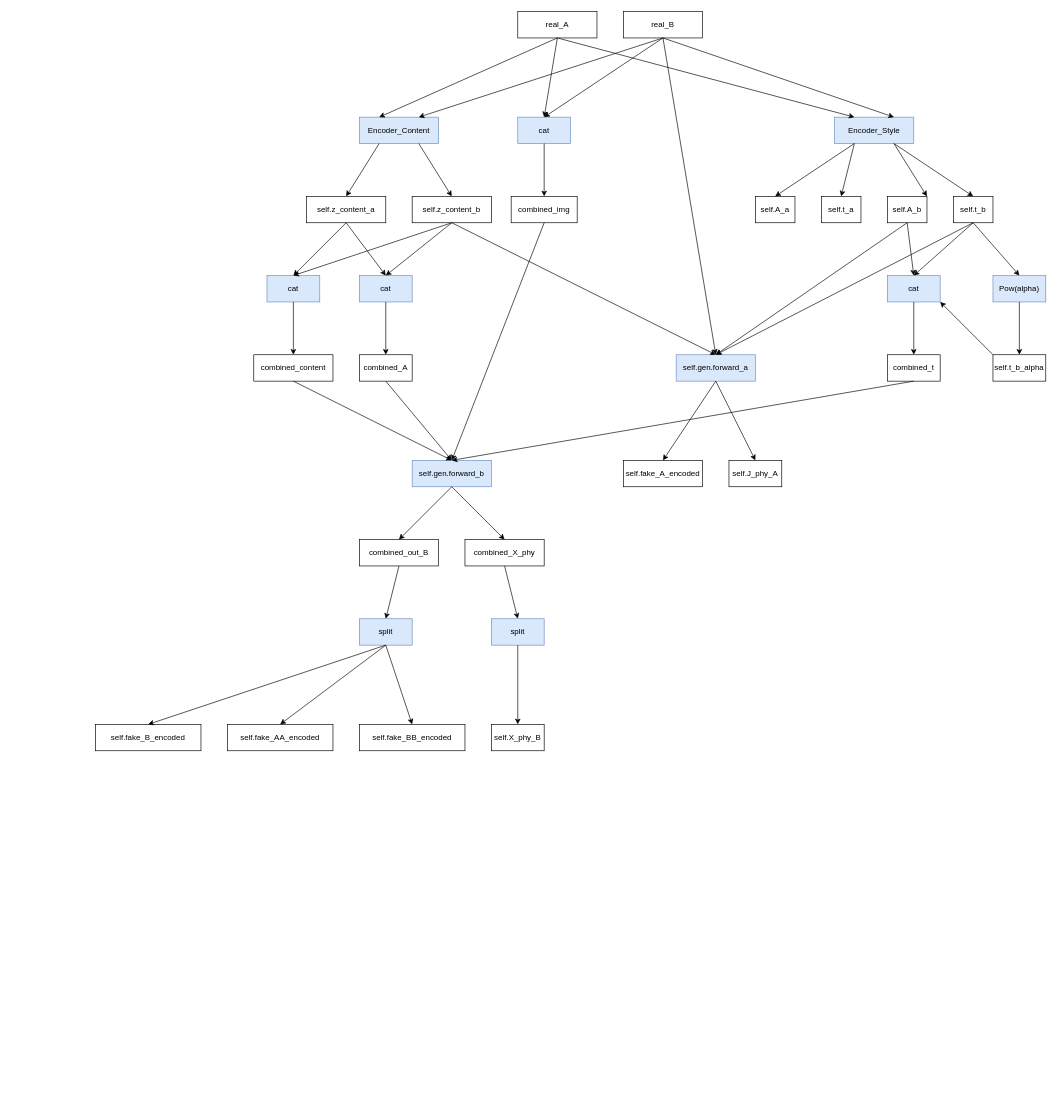
Before: DRIT.drawio in DestineG/drawio, a draw.io diagram. Source tidied: cells renumbered, new cells numbered last; positions are measured from the earlier drawing's top-left corner, leaving out a move shared by most shapes. Both pictures are drawn from the tidied source at 66%, with x=0, y=0 at pixel (95, 11).
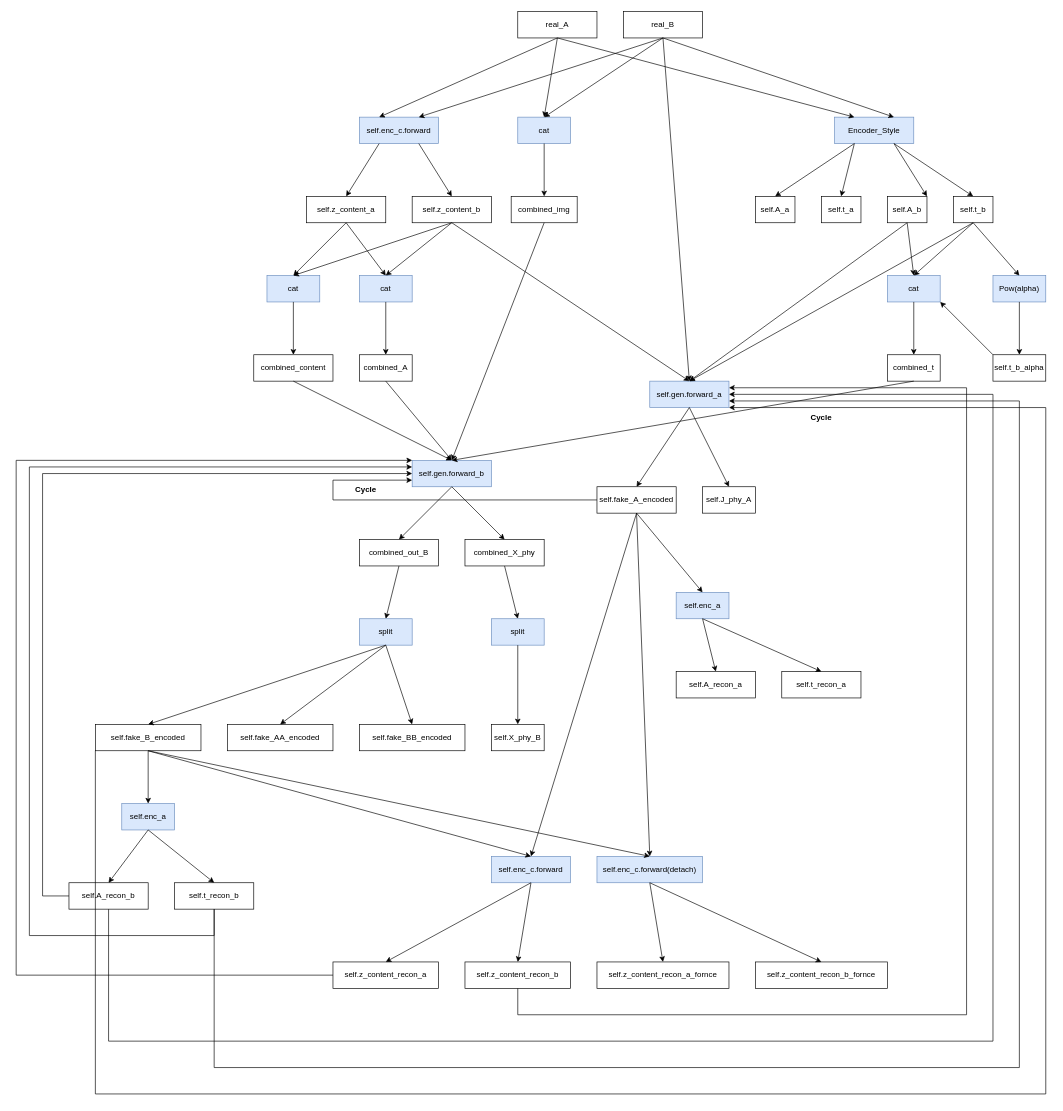
Above is the later version.

Unchanged cells that the change refers to:
```xml
<mxCell id="47" value="self.gen.forward_b" style="rounded=0;whiteSpace=wrap;html=1;fillColor=#dae8fc;strokeColor=#6c8ebf;" parent="1" vertex="1">
  <mxGeometry x="480" y="680" width="120" height="40" as="geometry" />
</mxCell>
<mxCell id="60" value="self.fake_B_encoded" style="rounded=0;whiteSpace=wrap;html=1;" parent="1" vertex="1">
  <mxGeometry y="1080" width="160" height="40" as="geometry" />
</mxCell>
```

What changed in the source:
```diff
@@
-    <mxCell id="4" value="Encoder_Content" style="rounded=0;whiteSpace=wrap;html=1;fillColor=#dae8fc;strokeColor=#6c8ebf;" parent="1" vertex="1">
+    <mxCell id="4" value="self.enc_c.forward" style="rounded=0;whiteSpace=wrap;html=1;fillColor=#dae8fc;strokeColor=#6c8ebf;" parent="1" vertex="1">
       <mxGeometry x="400" y="160" width="120" height="40" as="geometry" />
     </mxCell>
@@
     <mxCell id="68" value="self.gen.forward_a" style="rounded=0;whiteSpace=wrap;html=1;fillColor=#dae8fc;strokeColor=#6c8ebf;" parent="1" vertex="1">
-      <mxGeometry x="880" y="520" width="120" height="40" as="geometry" />
+      <mxGeometry x="840" y="560" width="120" height="40" as="geometry" />
     </mxCell>
@@
     <mxCell id="73" value="self.fake_A_encoded" style="rounded=0;whiteSpace=wrap;html=1;" parent="1" vertex="1">
-      <mxGeometry x="800" y="680" width="120" height="40" as="geometry" />
+      <mxGeometry x="760" y="720" width="120" height="40" as="geometry" />
     </mxCell>
     <mxCell id="74" value="self.J_phy_A" style="rounded=0;whiteSpace=wrap;html=1;" parent="1" vertex="1">
-      <mxGeometry x="960" y="680" width="80" height="40" as="geometry" />
+      <mxGeometry x="920" y="720" width="80" height="40" as="geometry" />
     </mxCell>
@@
+    <mxCell id="77" value="self.enc_c.forward" style="rounded=0;whiteSpace=wrap;html=1;fillColor=#dae8fc;strokeColor=#6c8ebf;" parent="1" vertex="1">
+      <mxGeometry x="600" y="1280" width="120" height="40" as="geometry" />
+    </mxCell>
+    <mxCell id="78" style="endArrow=classic;html=1;rounded=0;entryX=0.5;entryY=0;entryDx=0;entryDy=0;exitX=0.5;exitY=1;exitDx=0;exitDy=0;" parent="1" edge="1" source="73" target="77">
+      <mxGeometry relative="1" as="geometry" />
+    </mxCell>
+    <mxCell id="79" style="endArrow=classic;html=1;rounded=0;exitX=0.5;exitY=1;exitDx=0;exitDy=0;entryX=0.5;entryY=0;entryDx=0;entryDy=0;" parent="1" edge="1" source="60" target="77">
+      <mxGeometry relative="1" as="geometry" />
+    </mxCell>
+    <mxCell id="80" value="self.enc_c.forward(detach)" style="rounded=0;whiteSpace=wrap;html=1;fillColor=#dae8fc;strokeColor=#6c8ebf;" parent="1" vertex="1">
+      <mxGeometry x="760" y="1280" width="160" height="40" as="geometry" />
+    </mxCell>
+    <mxCell id="81" style="endArrow=classic;html=1;rounded=0;entryX=0.5;entryY=0;entryDx=0;entryDy=0;exitX=0.5;exitY=1;exitDx=0;exitDy=0;" parent="1" edge="1" source="73" target="80">
+      <mxGeometry relative="1" as="geometry" />
+    </mxCell>
+    <mxCell id="82" style="endArrow=classic;html=1;rounded=0;exitX=0.5;exitY=1;exitDx=0;exitDy=0;entryX=0.5;entryY=0;entryDx=0;entryDy=0;" parent="1" edge="1" source="60" target="80">
+      <mxGeometry relative="1" as="geometry" />
+    </mxCell>
+    <mxCell id="83" value="self.z_content_recon_a" style="rounded=0;whiteSpace=wrap;html=1;" parent="1" vertex="1">
+      <mxGeometry x="360" y="1440" width="160" height="40" as="geometry" />
+    </mxCell>
+    <mxCell id="84" value="self.z_content_recon_b" style="rounded=0;whiteSpace=wrap;html=1;" parent="1" vertex="1">
+      <mxGeometry x="560" y="1440" width="160" height="40" as="geometry" />
+    </mxCell>
+    <mxCell id="85" value="self.z_content_recon_a_fornce" style="rounded=0;whiteSpace=wrap;html=1;" parent="1" vertex="1">
+      <mxGeometry x="760" y="1440" width="200" height="40" as="geometry" />
+    </mxCell>
+    <mxCell id="86" value="self.z_content_recon_b_fornce" style="rounded=0;whiteSpace=wrap;html=1;" parent="1" vertex="1">
+      <mxGeometry x="1000" y="1440" width="200" height="40" as="geometry" />
+    </mxCell>
+    <mxCell id="87" style="endArrow=classic;html=1;rounded=0;exitX=0.5;exitY=1;exitDx=0;exitDy=0;entryX=0.5;entryY=0;entryDx=0;entryDy=0;" parent="1" edge="1" source="77" target="83">
+      <mxGeometry relative="1" as="geometry" />
+    </mxCell>
+    <mxCell id="88" style="endArrow=classic;html=1;rounded=0;exitX=0.5;exitY=1;exitDx=0;exitDy=0;entryX=0.5;entryY=0;entryDx=0;entryDy=0;" parent="1" edge="1" source="77" target="84">
+      <mxGeometry relative="1" as="geometry" />
+    </mxCell>
+    <mxCell id="89" style="endArrow=classic;html=1;rounded=0;exitX=0.5;exitY=1;exitDx=0;exitDy=0;entryX=0.5;entryY=0;entryDx=0;entryDy=0;" parent="1" edge="1" source="80" target="85">
+      <mxGeometry relative="1" as="geometry" />
+    </mxCell>
+    <mxCell id="90" style="endArrow=classic;html=1;rounded=0;exitX=0.5;exitY=1;exitDx=0;exitDy=0;entryX=0.5;entryY=0;entryDx=0;entryDy=0;" parent="1" edge="1" source="80" target="86">
+      <mxGeometry relative="1" as="geometry" />
+    </mxCell>
+    <mxCell id="91" value="self.enc_a" style="rounded=0;whiteSpace=wrap;html=1;fillColor=#dae8fc;strokeColor=#6c8ebf;" parent="1" vertex="1">
+      <mxGeometry x="880" y="880" width="80" height="40" as="geometry" />
+    </mxCell>
+    <mxCell id="92" value="self.A_recon_a" style="rounded=0;whiteSpace=wrap;html=1;" parent="1" vertex="1">
+      <mxGeometry x="880" y="1000" width="120" height="40" as="geometry" />
+    </mxCell>
+    <mxCell id="93" value="self.t_recon_a" style="rounded=0;whiteSpace=wrap;html=1;" parent="1" vertex="1">
+      <mxGeometry x="1040" y="1000" width="120" height="40" as="geometry" />
+    </mxCell>
+    <mxCell id="94" style="endArrow=classic;html=1;rounded=0;exitX=0.5;exitY=1;exitDx=0;exitDy=0;entryX=0.5;entryY=0;entryDx=0;entryDy=0;" parent="1" edge="1" source="73" target="91">
+      <mxGeometry relative="1" as="geometry" />
+    </mxCell>
+    <mxCell id="95" style="endArrow=classic;html=1;rounded=0;exitX=0.5;exitY=1;exitDx=0;exitDy=0;entryX=0.5;entryY=0;entryDx=0;entryDy=0;" parent="1" edge="1" source="91" target="92">
+      <mxGeometry relative="1" as="geometry" />
+    </mxCell>
+    <mxCell id="96" style="endArrow=classic;html=1;rounded=0;exitX=0.5;exitY=1;exitDx=0;exitDy=0;entryX=0.5;entryY=0;entryDx=0;entryDy=0;" parent="1" edge="1" source="91" target="93">
+      <mxGeometry relative="1" as="geometry" />
+    </mxCell>
+    <mxCell id="97" value="self.enc_a" style="rounded=0;whiteSpace=wrap;html=1;fillColor=#dae8fc;strokeColor=#6c8ebf;" parent="1" vertex="1">
+      <mxGeometry x="40" y="1200" width="80" height="40" as="geometry" />
+    </mxCell>
+    <mxCell id="98" value="self.A_recon_b" style="rounded=0;whiteSpace=wrap;html=1;" parent="1" vertex="1">
+      <mxGeometry x="-40" y="1320" width="120" height="40" as="geometry" />
+    </mxCell>
+    <mxCell id="99" value="self.t_recon_b" style="rounded=0;whiteSpace=wrap;html=1;" parent="1" vertex="1">
+      <mxGeometry x="120" y="1320" width="120" height="40" as="geometry" />
+    </mxCell>
+    <mxCell id="100" style="endArrow=classic;html=1;rounded=0;exitX=0.5;exitY=1;exitDx=0;exitDy=0;entryX=0.5;entryY=0;entryDx=0;entryDy=0;" parent="1" edge="1" source="97" target="98">
+      <mxGeometry relative="1" as="geometry" />
+    </mxCell>
+    <mxCell id="101" style="endArrow=classic;html=1;rounded=0;exitX=0.5;exitY=1;exitDx=0;exitDy=0;entryX=0.5;entryY=0;entryDx=0;entryDy=0;" parent="1" edge="1" source="97" target="99">
+      <mxGeometry relative="1" as="geometry" />
+    </mxCell>
+    <mxCell id="102" style="endArrow=classic;html=1;rounded=0;exitX=0.5;exitY=1;exitDx=0;exitDy=0;entryX=0.5;entryY=0;entryDx=0;entryDy=0;" parent="1" edge="1" source="60" target="97">
+      <mxGeometry relative="1" as="geometry" />
+    </mxCell>
+    <mxCell id="103" style="endArrow=classic;html=1;rounded=0;exitX=0;exitY=0.5;exitDx=0;exitDy=0;entryX=0;entryY=0.5;entryDx=0;entryDy=0;" parent="1" edge="1" source="98" target="47">
+      <mxGeometry relative="1" as="geometry">
+        <Array as="points">
+          <mxPoint x="-80" y="1340" />
+          <mxPoint x="-80" y="700" />
+        </Array>
+      </mxGeometry>
+    </mxCell>
+    <mxCell id="104" style="endArrow=classic;html=1;rounded=0;exitX=0;exitY=0.5;exitDx=0;exitDy=0;entryX=0;entryY=0;entryDx=0;entryDy=0;" parent="1" edge="1" source="83" target="47">
+      <mxGeometry relative="1" as="geometry">
+        <Array as="points">
+          <mxPoint x="-120" y="1460" />
+          <mxPoint x="-120" y="680" />
+        </Array>
+      </mxGeometry>
+    </mxCell>
+    <mxCell id="105" style="endArrow=classic;html=1;rounded=0;exitX=0.5;exitY=1;exitDx=0;exitDy=0;entryX=0;entryY=0.25;entryDx=0;entryDy=0;" parent="1" edge="1" source="99" target="47">
+      <mxGeometry relative="1" as="geometry">
+        <Array as="points">
+          <mxPoint x="180" y="1400" />
+          <mxPoint x="-100" y="1400" />
+          <mxPoint x="-100" y="690" />
+        </Array>
+      </mxGeometry>
+    </mxCell>
+    <mxCell id="106" style="endArrow=classic;html=1;rounded=0;exitX=0;exitY=0.5;exitDx=0;exitDy=0;entryX=0;entryY=0.75;entryDx=0;entryDy=0;" parent="1" edge="1" source="73" target="47">
+      <mxGeometry relative="1" as="geometry">
+        <Array as="points">
+          <mxPoint x="360" y="740" />
+          <mxPoint x="360" y="710" />
+        </Array>
+      </mxGeometry>
+    </mxCell>
+    <mxCell id="107" style="endArrow=classic;html=1;rounded=0;exitX=0.5;exitY=1;exitDx=0;exitDy=0;entryX=1;entryY=0.25;entryDx=0;entryDy=0;" parent="1" edge="1" source="84" target="68">
+      <mxGeometry relative="1" as="geometry">
+        <Array as="points">
+          <mxPoint x="640" y="1520" />
+          <mxPoint x="1320" y="1520" />
+          <mxPoint x="1320" y="570" />
+        </Array>
+      </mxGeometry>
+    </mxCell>
+    <mxCell id="108" style="endArrow=classic;html=1;rounded=0;exitX=0.5;exitY=1;exitDx=0;exitDy=0;entryX=1;entryY=0.5;entryDx=0;entryDy=0;" parent="1" edge="1" source="98" target="68">
+      <mxGeometry relative="1" as="geometry">
+        <Array as="points">
+          <mxPoint x="20" y="1560" />
+          <mxPoint x="1360" y="1560" />
+          <mxPoint x="1360" y="580" />
+        </Array>
+      </mxGeometry>
+    </mxCell>
+    <mxCell id="109" style="endArrow=classic;html=1;rounded=0;entryX=1;entryY=0.75;entryDx=0;entryDy=0;exitX=0.5;exitY=1;exitDx=0;exitDy=0;" parent="1" edge="1" source="99" target="68">
+      <mxGeometry relative="1" as="geometry">
+        <Array as="points">
+          <mxPoint x="180" y="1600" />
+          <mxPoint x="1400" y="1600" />
+          <mxPoint x="1400" y="590" />
+        </Array>
+      </mxGeometry>
+    </mxCell>
+    <mxCell id="110" style="endArrow=classic;html=1;rounded=0;entryX=1;entryY=1;entryDx=0;entryDy=0;exitX=0;exitY=1;exitDx=0;exitDy=0;" parent="1" edge="1" source="60" target="68">
+      <mxGeometry relative="1" as="geometry">
+        <Array as="points">
+          <mxPoint y="1640" />
+          <mxPoint x="1440" y="1640" />
+          <mxPoint x="1440" y="600" />
+        </Array>
+      </mxGeometry>
+    </mxCell>
+    <mxCell id="111" value="&lt;b&gt;Cycle&lt;/b&gt;" style="text;html=1;whiteSpace=wrap;strokeColor=none;fillColor=none;align=center;verticalAlign=middle;rounded=0;" parent="1" vertex="1">
+      <mxGeometry x="380" y="710" width="60" height="30" as="geometry" />
+    </mxCell>
+    <mxCell id="112" value="&lt;b&gt;Cycle&lt;/b&gt;" style="text;html=1;whiteSpace=wrap;strokeColor=none;fillColor=none;align=center;verticalAlign=middle;rounded=0;" parent="1" vertex="1">
+      <mxGeometry x="1070" y="600" width="60" height="30" as="geometry" />
+    </mxCell>
```
